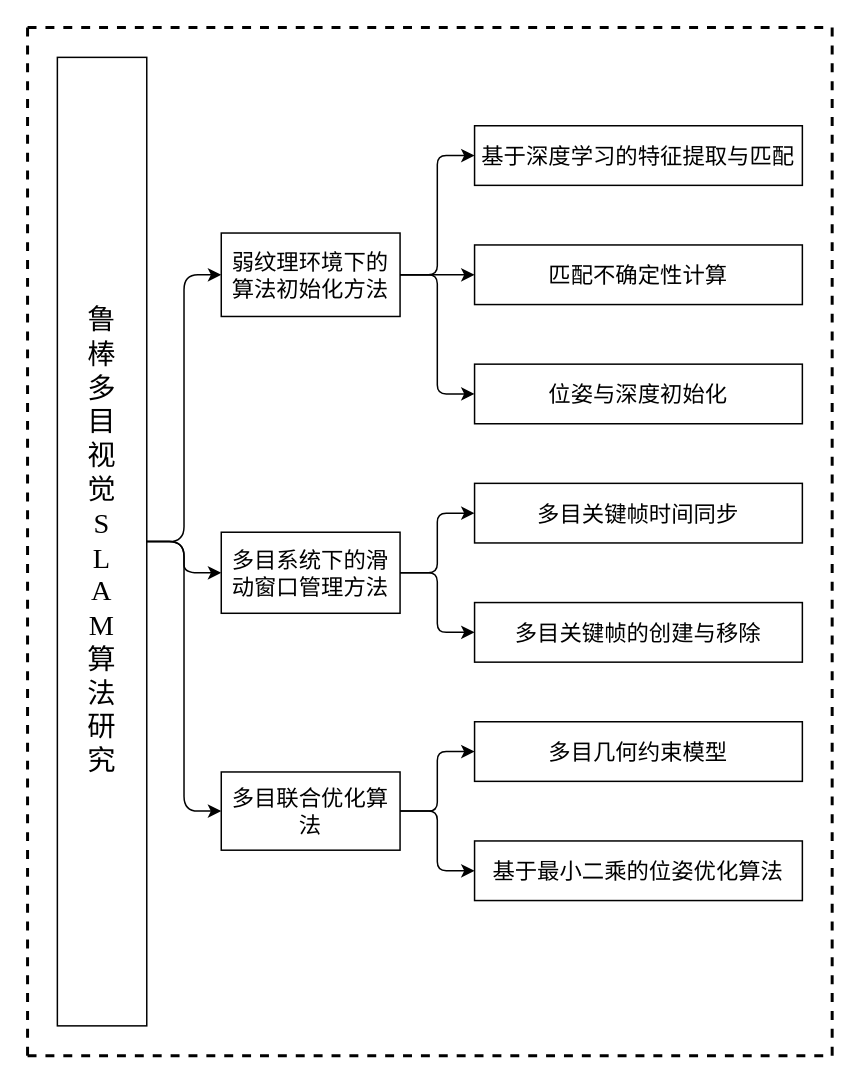
Above: page "第 1 页" (1 of 4) of 开题报告.drawio in 77Torpedo77/study (draw.io), before the change. Source tidied: cells renumbered, new cells numbered last; positions are measured from the earlier drawing's top-left corner, leaving out a move shared by most shapes. Both pictures are drawn from the tidied source at 149%, with x=0, y=0 at pixel (27, 27).
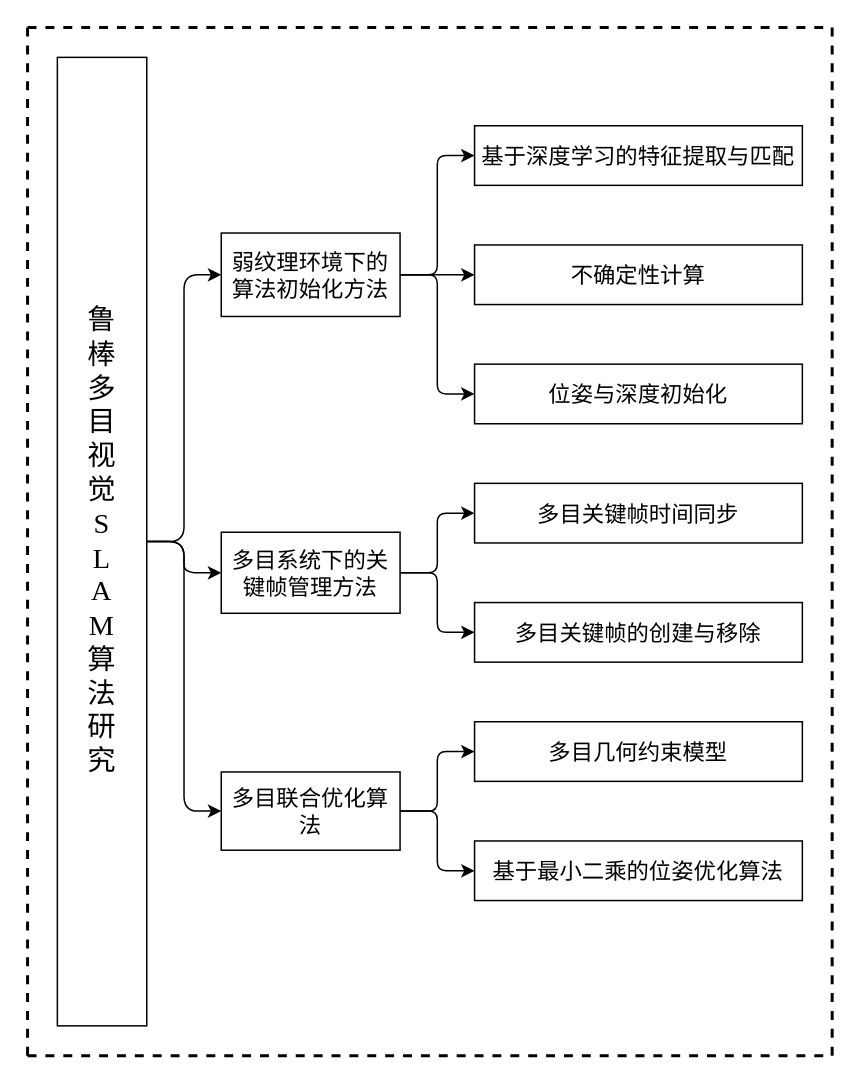
The same diagram, later.

Commit message:
更新开题报告.drawio

Diff of the diagram source:
```diff
@@
-    <mxCell id="2" style="swimlane;startSize=0;horizontal=0;horizontalTree=1;sortEdges=1;containerType=tree;fontSize=12;flipH=0;flipV=0;fontFamily=Times New Roman;align=center;dashed=1;strokeWidth=2;" parent="1" vertex="1">
+    <mxCell id="2" style="swimlane;startSize=0;horizontal=0;horizontalTree=1;sortEdges=1;containerType=tree;fontSize=12;flipH=0;flipV=0;fontFamily=Times New Roman;align=center;dashed=1;strokeWidth=2;perimeterSpacing=0;strokeColor=default;" parent="1" vertex="1">
       <mxGeometry width="540" height="690" as="geometry" />
     </mxCell>
@@
-    <mxCell id="6" value="多目系统下的滑动窗口管理方法" style="whiteSpace=wrap;html=1;fontSize=15;arcSize=12;" parent="2" vertex="1">
+    <mxCell id="6" value="多目系统下的关键帧管理方法" style="whiteSpace=wrap;html=1;fontSize=15;arcSize=12;" parent="2" vertex="1">
       <mxGeometry x="130" y="338.7" width="120" height="54.4" as="geometry" />
     </mxCell>
@@
-    <mxCell id="17" value="匹配不确定性计算" style="whiteSpace=wrap;html=1;fontSize=15;arcSize=12;" parent="2" vertex="1">
+    <mxCell id="17" value="不确定性计算" style="whiteSpace=wrap;html=1;fontSize=15;arcSize=12;" parent="2" vertex="1">
       <mxGeometry x="300" y="145.9" width="220" height="40" as="geometry" />
     </mxCell>
```
